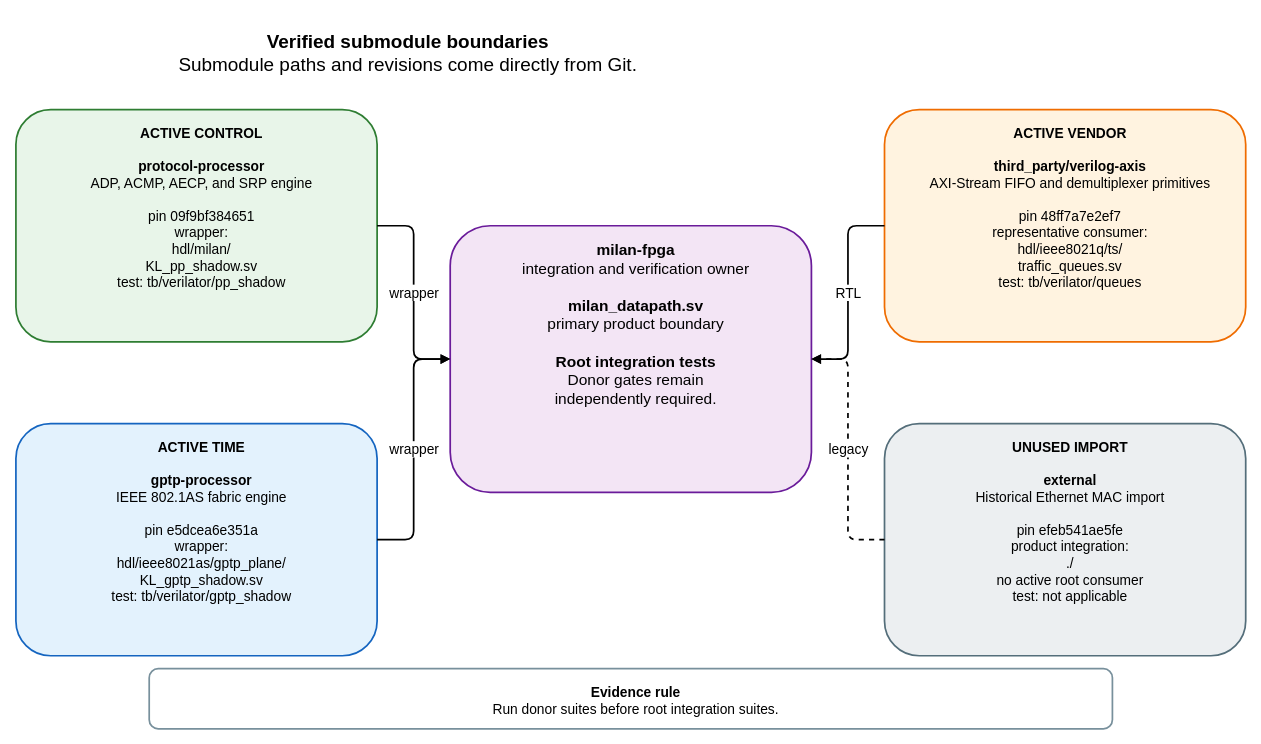
Earlier version of the draw.io diagram docs/diagrams/submodule_boundaries.drawio (kebag-logic/milan-fpga). Source tidied: cells renumbered, new cells numbered last; positions are measured from the earlier drawing's top-left corner, leaving out a move shared by most shapes. Both pictures are drawn from the tidied source at 86%, with x=0, y=0 at pixel (15, 15).
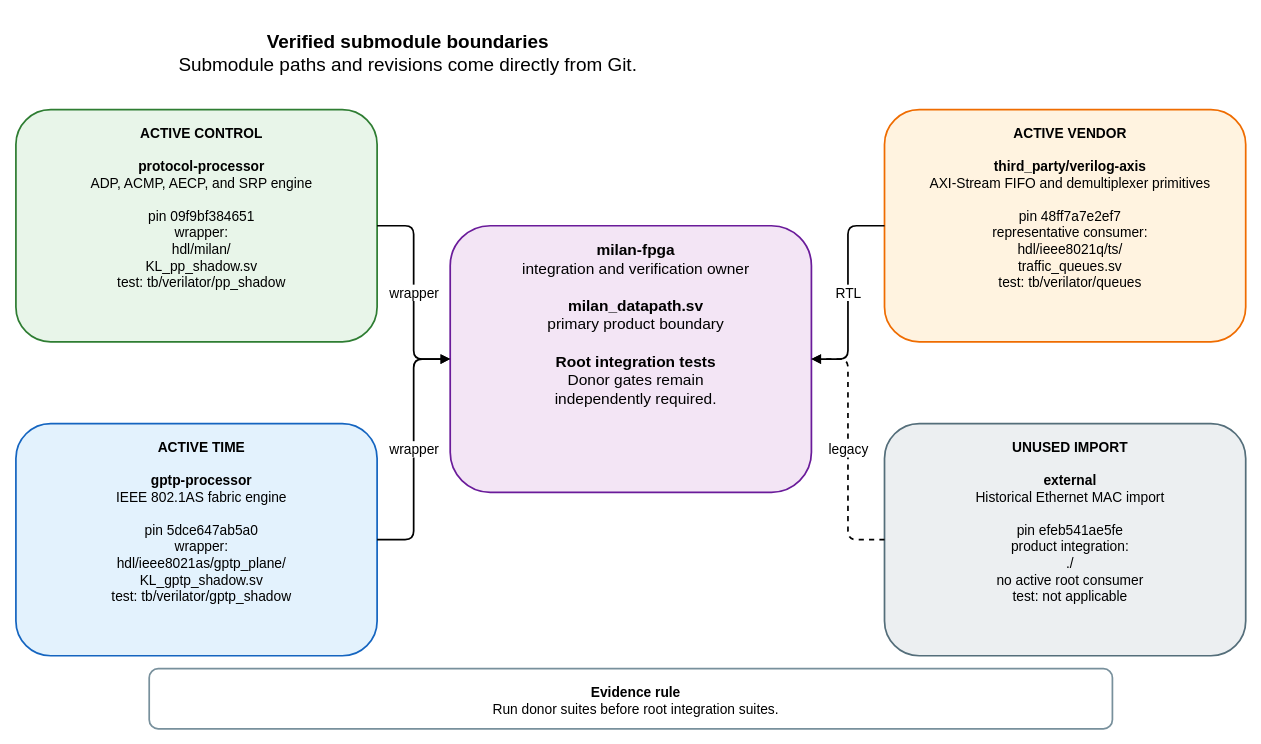
The same page after the edit.

What changed in the source:
```diff
@@
 <mxGraphModel>
   <root>
     <mxCell id="0" />
     <mxCell id="1" parent="0" />
     <mxCell id="2" value="&lt;b&gt;Verified submodule boundaries&lt;/b&gt;&lt;br&gt;Submodule paths and revisions come directly from Git." style="rounded=1;whiteSpace=wrap;html=1;verticalAlign=top;spacingTop=12;spacingLeft=12;fontSize=22;fontFamily=Helvetica;fillColor=none;strokeColor=none;strokeWidth=2;" parent="1" vertex="1">
       <mxGeometry width="900" height="65" as="geometry" />
     </mxCell>
     <mxCell id="3" value="&lt;b&gt;milan-fpga&lt;/b&gt;&lt;br&gt;integration and verification owner&lt;br&gt;&lt;br&gt;&lt;b&gt;milan_datapath.sv&lt;/b&gt;&lt;br&gt;primary product boundary&lt;br&gt;&lt;br&gt;&lt;b&gt;Root integration tests&lt;/b&gt;&lt;br&gt;Donor gates remain&lt;br&gt;independently required." style="rounded=1;whiteSpace=wrap;html=1;verticalAlign=top;spacingTop=12;spacingLeft=12;fontSize=18;fontFamily=Helvetica;fillColor=#F3E5F5;strokeColor=#6A1B9A;strokeWidth=2;" parent="1" vertex="1">
       <mxGeometry x="505" y="245" width="420" height="310" as="geometry" />
     </mxCell>
     <mxCell id="4" value="&lt;b&gt;ACTIVE CONTROL&lt;/b&gt;&lt;br&gt;&lt;br&gt;&lt;b&gt;protocol-processor&lt;/b&gt;&lt;br&gt;ADP, ACMP, AECP, and SRP engine&lt;br&gt;&lt;br&gt;pin 09f9bf384651&lt;br&gt;wrapper:&lt;br&gt;hdl/milan/&lt;br&gt;KL_pp_shadow.sv&lt;br&gt;test: tb/verilator/pp_shadow" style="rounded=1;whiteSpace=wrap;html=1;verticalAlign=top;spacingTop=12;spacingLeft=12;fontSize=16;fontFamily=Helvetica;fillColor=#E8F5E9;strokeColor=#2E7D32;strokeWidth=2;" parent="1" vertex="1">
       <mxGeometry y="110" width="420" height="270" as="geometry" />
     </mxCell>
-    <mxCell id="5" value="&lt;b&gt;ACTIVE TIME&lt;/b&gt;&lt;br&gt;&lt;br&gt;&lt;b&gt;gptp-processor&lt;/b&gt;&lt;br&gt;IEEE 802.1AS fabric engine&lt;br&gt;&lt;br&gt;pin e5dcea6e351a&lt;br&gt;wrapper:&lt;br&gt;hdl/ieee8021as/gptp_plane/&lt;br&gt;KL_gptp_shadow.sv&lt;br&gt;test: tb/verilator/gptp_shadow" style="rounded=1;whiteSpace=wrap;html=1;verticalAlign=top;spacingTop=12;spacingLeft=12;fontSize=16;fontFamily=Helvetica;fillColor=#E3F2FD;strokeColor=#1565C0;strokeWidth=2;" parent="1" vertex="1">
+    <mxCell id="5" value="&lt;b&gt;ACTIVE TIME&lt;/b&gt;&lt;br&gt;&lt;br&gt;&lt;b&gt;gptp-processor&lt;/b&gt;&lt;br&gt;IEEE 802.1AS fabric engine&lt;br&gt;&lt;br&gt;pin 5dce647ab5a0&lt;br&gt;wrapper:&lt;br&gt;hdl/ieee8021as/gptp_plane/&lt;br&gt;KL_gptp_shadow.sv&lt;br&gt;test: tb/verilator/gptp_shadow" style="rounded=1;whiteSpace=wrap;html=1;verticalAlign=top;spacingTop=12;spacingLeft=12;fontSize=16;fontFamily=Helvetica;fillColor=#E3F2FD;strokeColor=#1565C0;strokeWidth=2;" parent="1" vertex="1">
       <mxGeometry y="475" width="420" height="270" as="geometry" />
     </mxCell>
     <mxCell id="6" value="&lt;b&gt;ACTIVE VENDOR&lt;/b&gt;&lt;br&gt;&lt;br&gt;&lt;b&gt;third_party/verilog-axis&lt;/b&gt;&lt;br&gt;AXI-Stream FIFO and demultiplexer primitives&lt;br&gt;&lt;br&gt;pin 48ff7a7e2ef7&lt;br&gt;representative consumer:&lt;br&gt;hdl/ieee8021q/ts/&lt;br&gt;traffic_queues.sv&lt;br&gt;test: tb/verilator/queues" style="rounded=1;whiteSpace=wrap;html=1;verticalAlign=top;spacingTop=12;spacingLeft=12;fontSize=16;fontFamily=Helvetica;fillColor=#FFF3E0;strokeColor=#EF6C00;strokeWidth=2;" parent="1" vertex="1">
       <mxGeometry x="1010" y="110" width="420" height="270" as="geometry" />
     </mxCell>
     <mxCell id="7" value="&lt;b&gt;UNUSED IMPORT&lt;/b&gt;&lt;br&gt;&lt;br&gt;&lt;b&gt;external&lt;/b&gt;&lt;br&gt;Historical Ethernet MAC import&lt;br&gt;&lt;br&gt;pin efeb541ae5fe&lt;br&gt;product integration:&lt;br&gt;./&lt;br&gt;no active root consumer&lt;br&gt;test: not applicable" style="rounded=1;whiteSpace=wrap;html=1;verticalAlign=top;spacingTop=12;spacingLeft=12;fontSize=16;fontFamily=Helvetica;fillColor=#ECEFF1;strokeColor=#546E7A;strokeWidth=2;" parent="1" vertex="1">
       <mxGeometry x="1010" y="475" width="420" height="270" as="geometry" />
     </mxCell>
     <mxCell id="8" value="wrapper" style="edgeStyle=orthogonalEdgeStyle;rounded=1;jettySize=auto;html=1;endArrow=block;endFill=1;strokeWidth=2;fontSize=16;fontFamily=Helvetica;labelBackgroundColor=#FFFFFF;" parent="1" edge="1" source="4" target="3">
       <mxGeometry relative="1" as="geometry" />
     </mxCell>
     <mxCell id="9" value="wrapper" style="edgeStyle=orthogonalEdgeStyle;rounded=1;jettySize=auto;html=1;endArrow=block;endFill=1;strokeWidth=2;fontSize=16;fontFamily=Helvetica;labelBackgroundColor=#FFFFFF;" parent="1" edge="1" source="5" target="3">
       <mxGeometry relative="1" as="geometry" />
     </mxCell>
     <mxCell id="10" value="RTL" style="edgeStyle=orthogonalEdgeStyle;rounded=1;jettySize=auto;html=1;endArrow=block;endFill=1;strokeWidth=2;fontSize=16;fontFamily=Helvetica;labelBackgroundColor=#FFFFFF;" parent="1" edge="1" source="6" target="3">
       <mxGeometry relative="1" as="geometry" />
     </mxCell>
     <mxCell id="11" value="legacy" style="edgeStyle=orthogonalEdgeStyle;rounded=1;jettySize=auto;html=1;endArrow=block;endFill=1;strokeWidth=2;fontSize=16;fontFamily=Helvetica;labelBackgroundColor=#FFFFFF;dashed=1;" parent="1" edge="1" source="7" target="3">
       <mxGeometry relative="1" as="geometry" />
     </mxCell>
     <mxCell id="12" value="&lt;b&gt;Evidence rule&lt;/b&gt;&lt;br&gt;Run donor suites before root integration suites." style="rounded=1;whiteSpace=wrap;html=1;verticalAlign=top;spacingTop=12;spacingLeft=12;fontSize=16;fontFamily=Helvetica;fillColor=#FFFFFF;strokeColor=#78909C;strokeWidth=2;" parent="1" vertex="1">
       <mxGeometry x="155" y="760" width="1120" height="70" as="geometry" />
     </mxCell>
   </root>
 </mxGraphModel>
```
